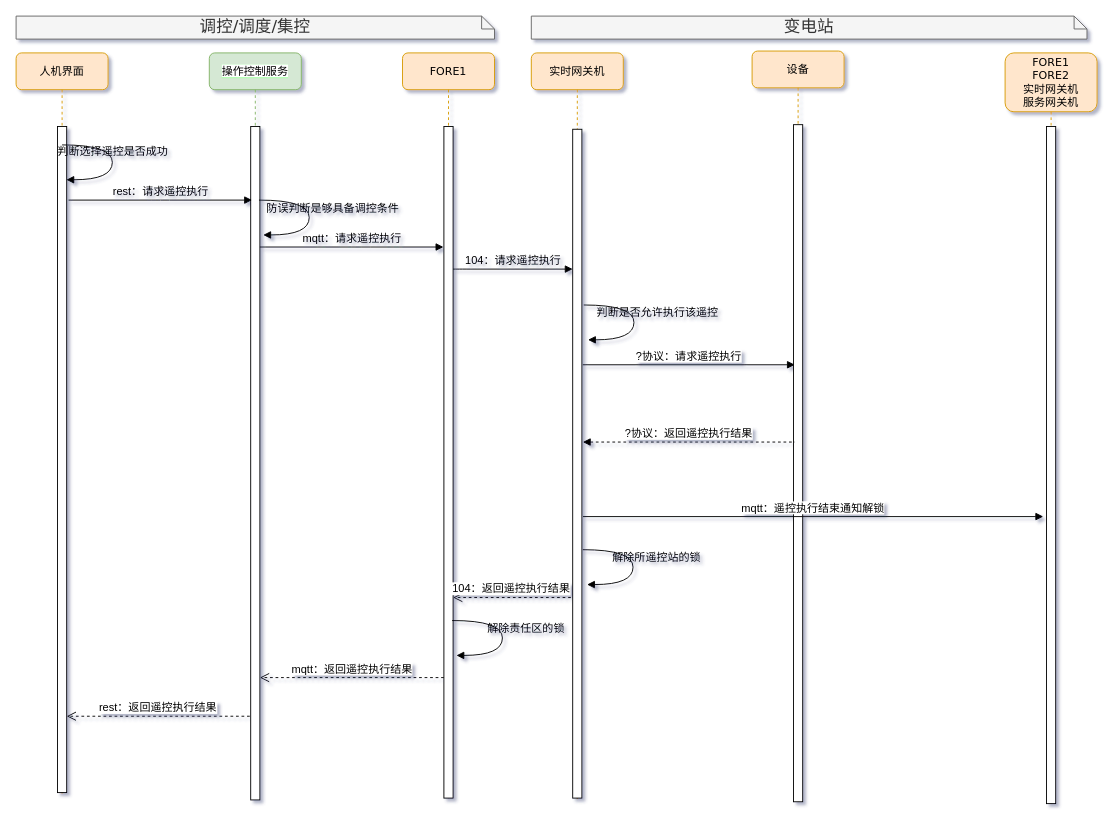
This is page "集控站遥控执行" (3 of 8) of 操作与控制.drawio from qwe995272801/taowenxiang, a draw.io file, before an edit. Source tidied: cells renumbered, new cells numbered last; positions are measured from the earlier drawing's top-left corner, leaving out a move shared by most shapes. Both pictures are drawn from the tidied source at 92%, with x=0, y=0 at pixel (16, 16).
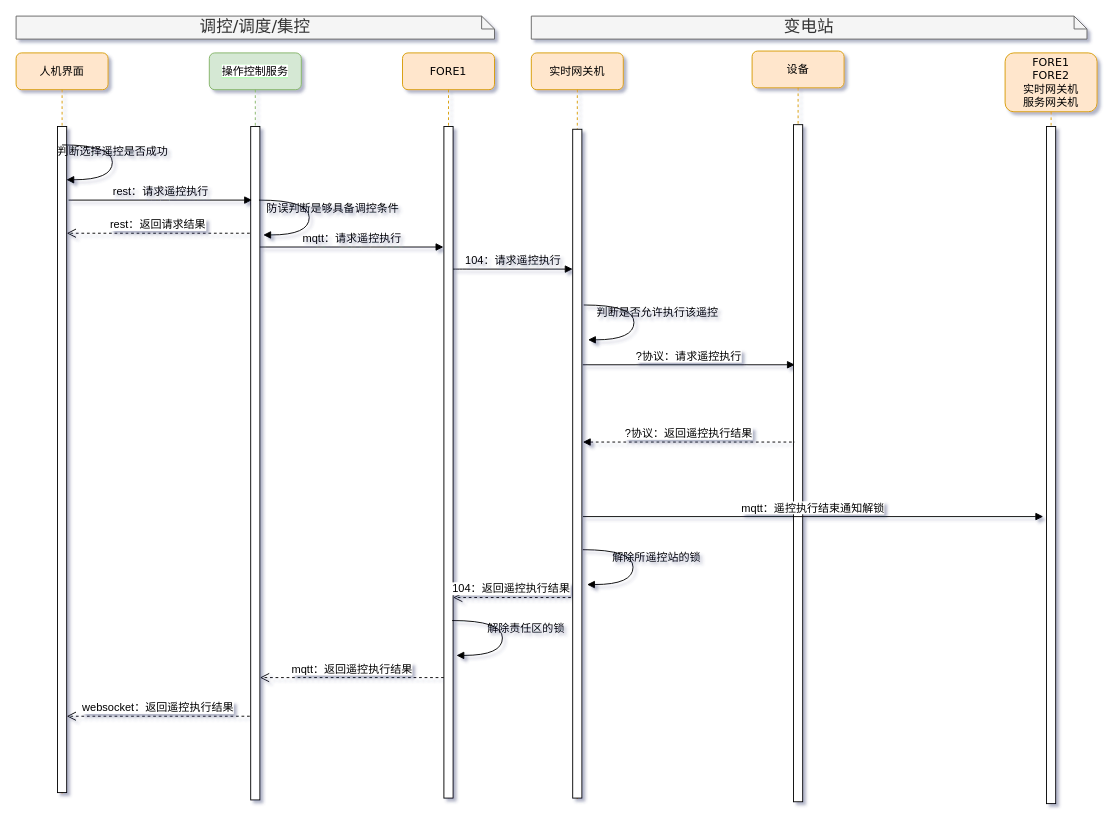
After the change.

Diff of the diagram source:
```diff
@@
-    <mxCell id="16" value="rest：返回遥控执行结果" style="html=1;verticalAlign=bottom;endArrow=open;dashed=1;endSize=8;fontFamily=Helvetica;entryX=1.1;entryY=0.98;entryDx=0;entryDy=0;entryPerimeter=0;fontSize=12;" parent="1" edge="1">
+    <mxCell id="16" value="websocket：返回遥控执行结果" style="html=1;verticalAlign=bottom;endArrow=open;dashed=1;endSize=8;fontFamily=Helvetica;entryX=1.1;entryY=0.98;entryDx=0;entryDy=0;entryPerimeter=0;fontSize=12;" parent="1" edge="1">
       <mxGeometry relative="1" as="geometry">
         <mxPoint x="254" y="761" as="sourcePoint" />
         <mxPoint x="55" y="761" as="targetPoint" />
       </mxGeometry>
     </mxCell>
@@
+    <mxCell id="30" value="rest：返回请求结果" style="html=1;verticalAlign=bottom;endArrow=open;dashed=1;endSize=8;fontFamily=Helvetica;entryX=1.1;entryY=0.98;entryDx=0;entryDy=0;entryPerimeter=0;fontSize=12;" parent="1" edge="1">
+      <mxGeometry relative="1" as="geometry">
+        <mxPoint x="254" y="236" as="sourcePoint" />
+        <mxPoint x="55" y="236" as="targetPoint" />
+      </mxGeometry>
+    </mxCell>
```
